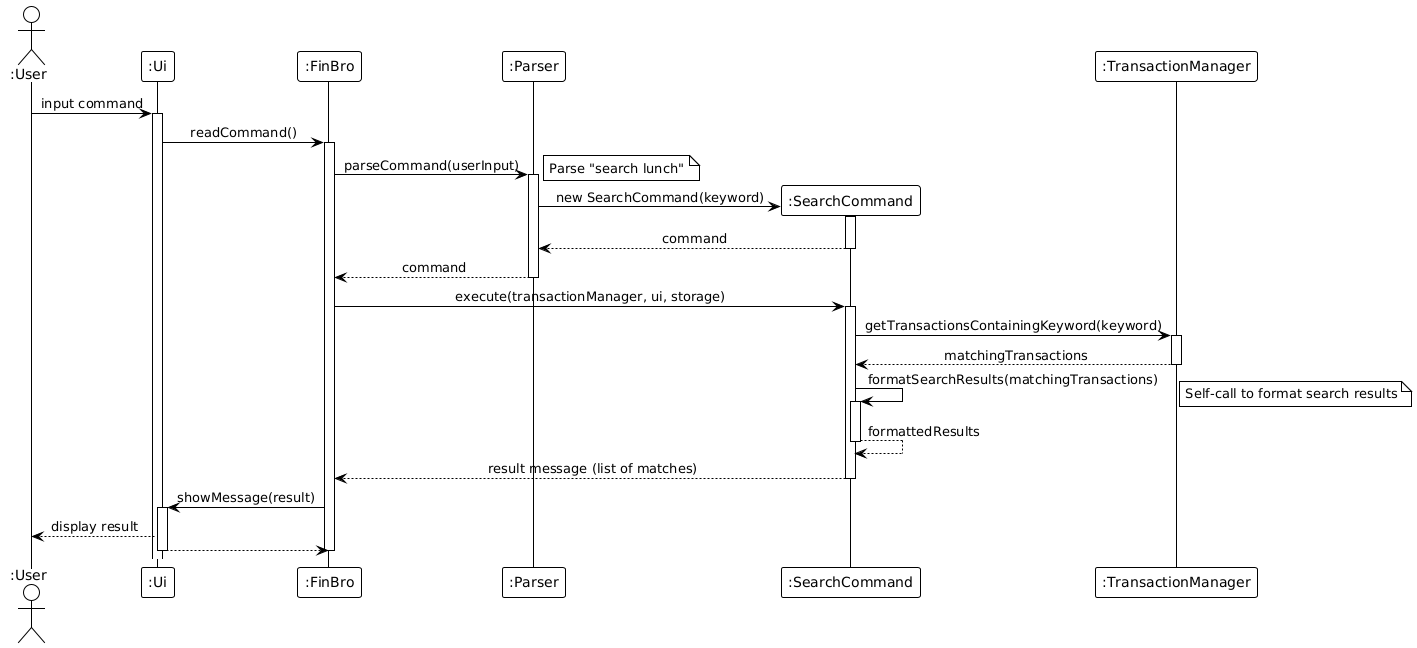
The PlantUML diagram docs/img/puml/sequence-search.png in laitcanard05/tp, before a commit. Its source is kept beside it as docs/diagrams/puml/sequence/sequence-search.puml. Source of this version:
```plantuml
@startuml
!theme plain
skinparam sequenceMessageAlign center
skinparam responseMessageBelowArrow true
skinparam lifelineStrategy nosolid

actor ":User" as User
participant ":Ui" as UI
participant ":FinBro" as FinBro
participant ":Parser" as Parser
participant ":SearchCommand" as SearchCommand
participant ":TransactionManager" as TransactionMgr

User -> UI : input command
activate UI

UI -> FinBro : readCommand()
activate FinBro

FinBro -> Parser : parseCommand(userInput)
activate Parser
note right: Parse "search lunch"

create SearchCommand
Parser -> SearchCommand : new SearchCommand(keyword)
activate SearchCommand
SearchCommand --> Parser : command
deactivate SearchCommand
Parser --> FinBro : command
deactivate Parser

FinBro -> SearchCommand : execute(transactionManager, ui, storage)
activate SearchCommand

SearchCommand -> TransactionMgr : getTransactionsContainingKeyword(keyword)
activate TransactionMgr
TransactionMgr --> SearchCommand : matchingTransactions
deactivate TransactionMgr

SearchCommand -> SearchCommand : formatSearchResults(matchingTransactions)
activate SearchCommand
note right: Self-call to format search results
SearchCommand --> SearchCommand : formattedResults
deactivate SearchCommand

SearchCommand --> FinBro : result message (list of matches)
deactivate SearchCommand

FinBro -> UI : showMessage(result)
activate UI
UI --> User : display result
UI --> FinBro
deactivate UI
deactivate FinBro

@enduml
```
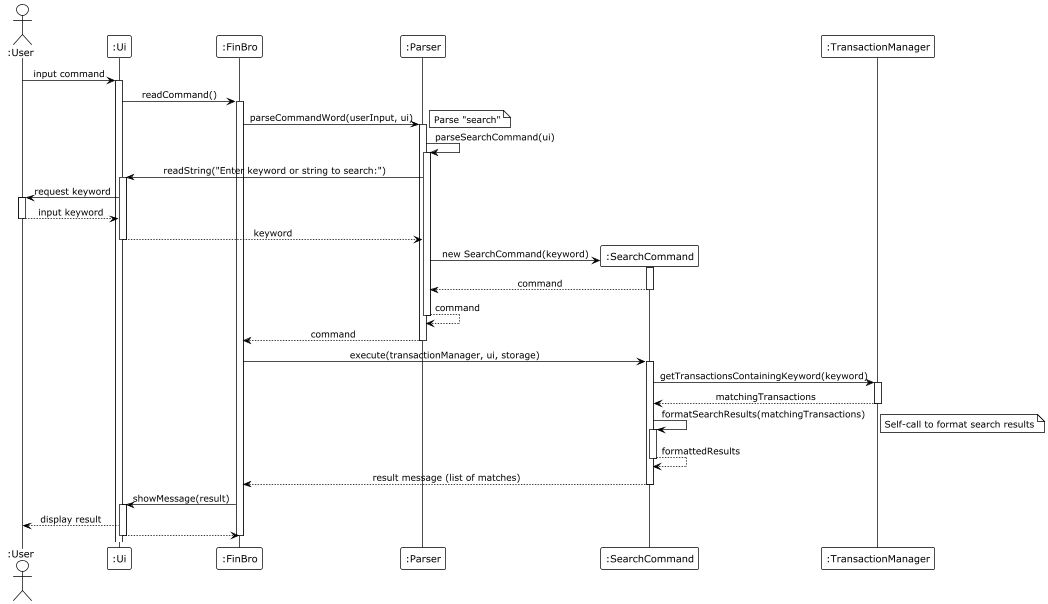
The same diagram one commit later.

Diff of the diagram source:
```diff
@@ -17,15 +17,29 @@
 UI -> FinBro : readCommand()
 activate FinBro
 
-FinBro -> Parser : parseCommand(userInput)
+FinBro -> Parser : parseCommandWord(userInput, ui)
 activate Parser
-note right: Parse "search lunch"
+note right: Parse "search"
+
+Parser -> Parser : parseSearchCommand(ui)
+activate Parser
+
+Parser -> UI : readString("Enter keyword or string to search:")
+activate UI
+UI -> User : request keyword
+activate User
+User --> UI : input keyword
+deactivate User
+UI --> Parser : keyword
+deactivate UI
 
 create SearchCommand
 Parser -> SearchCommand : new SearchCommand(keyword)
 activate SearchCommand
 SearchCommand --> Parser : command
 deactivate SearchCommand
+Parser --> Parser : command
+deactivate Parser
 Parser --> FinBro : command
 deactivate Parser
 
```
